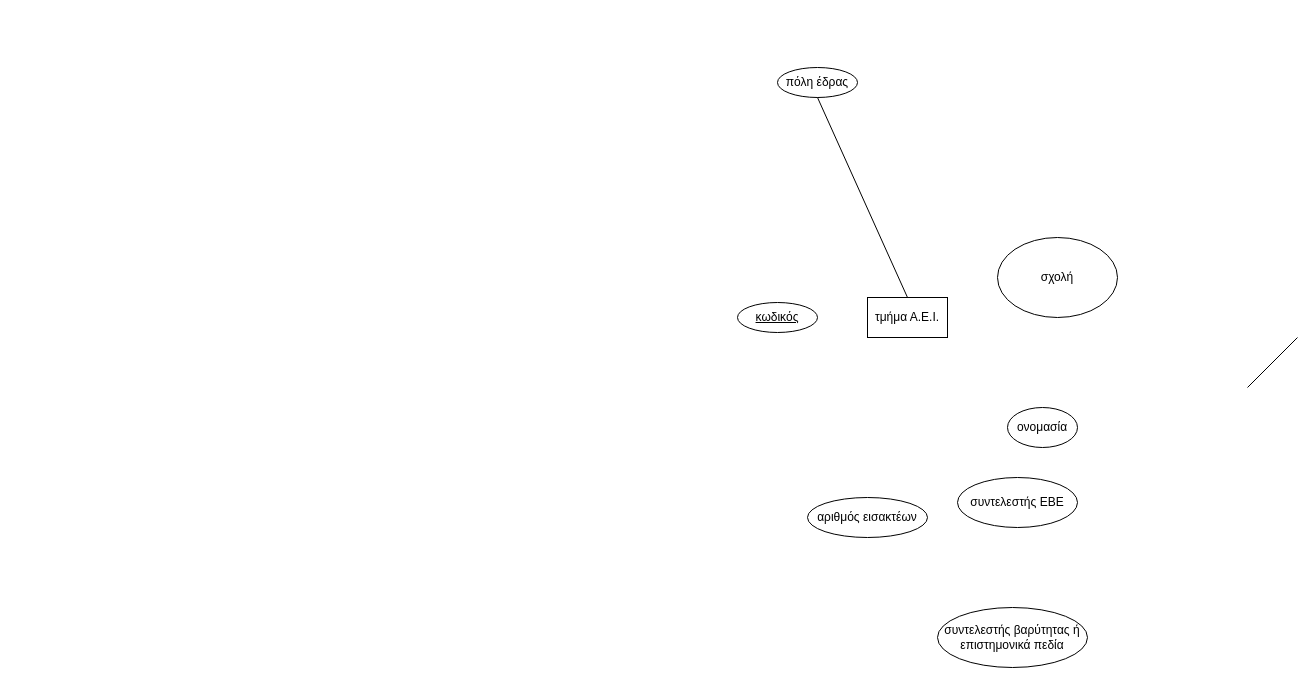
The draw.io diagram Untitled Diagram.drawio in transwaifu/liakman.github.io, before the edit. Source tidied: cells renumbered, new cells numbered last; positions are measured from the earlier drawing's top-left corner, leaving out a move shared by most shapes. Both pictures are drawn from the tidied source at 100%, with x=0, y=0 at pixel (737, 67).
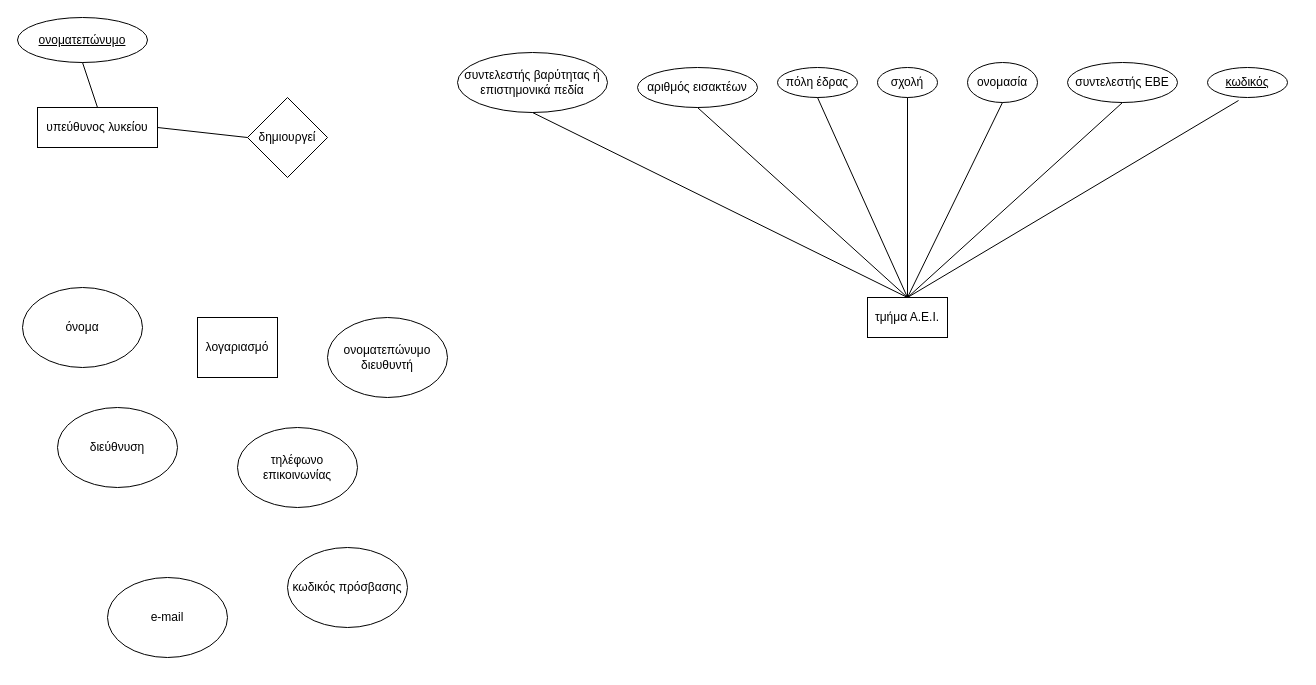
After the change.

Unchanged cells that the change refers to:
```xml
<mxCell id="2" value="τμήμα Α.Ε.Ι." style="rounded=0;whiteSpace=wrap;html=1;" parent="1" vertex="1">
  <mxGeometry x="130" y="230" width="80" height="40" as="geometry" />
</mxCell>
```

The edit, as a diff of the source:
```diff
@@
     <mxCell id="3" value="&lt;u&gt;κωδικός&lt;/u&gt;" style="ellipse;whiteSpace=wrap;html=1;" parent="1" vertex="1">
-      <mxGeometry y="235" width="80" height="30" as="geometry" />
+      <mxGeometry x="470" width="80" height="30" as="geometry" />
     </mxCell>
     <mxCell id="4" value="ονομασία" style="ellipse;whiteSpace=wrap;html=1;" parent="1" vertex="1">
-      <mxGeometry x="270" y="340" width="70" height="40" as="geometry" />
+      <mxGeometry x="230" y="-5" width="70" height="40" as="geometry" />
     </mxCell>
@@
     <mxCell id="6" value="συντελεστής ΕΒΕ" style="ellipse;whiteSpace=wrap;html=1;" parent="1" vertex="1">
-      <mxGeometry x="220" y="410" width="120" height="50" as="geometry" />
+      <mxGeometry x="330" y="-5" width="110" height="40" as="geometry" />
     </mxCell>
     <mxCell id="7" value="σχολή" style="ellipse;whiteSpace=wrap;html=1;" parent="1" vertex="1">
-      <mxGeometry x="260" y="170" width="120" height="80" as="geometry" />
+      <mxGeometry x="140" width="60" height="30" as="geometry" />
     </mxCell>
     <mxCell id="8" value="αριθμός εισακτέων" style="ellipse;whiteSpace=wrap;html=1;" parent="1" vertex="1">
-      <mxGeometry x="70" y="430" width="120" height="40" as="geometry" />
+      <mxGeometry x="-100" width="120" height="40" as="geometry" />
     </mxCell>
     <mxCell id="9" value="συντελεστής βαρύτητας ή επιστημονικά πεδία" style="ellipse;whiteSpace=wrap;html=1;" parent="1" vertex="1">
-      <mxGeometry x="200" y="540" width="150" height="60" as="geometry" />
+      <mxGeometry x="-280" y="-15" width="150" height="60" as="geometry" />
     </mxCell>
@@
-    <mxCell id="11" style="endArrow=none;html=1;rounded=0;" parent="1" edge="1">
-      <mxGeometry relative="1" as="geometry">
-        <mxPoint x="510" y="320" as="sourcePoint" />
-        <mxPoint x="560" y="270" as="targetPoint" />
-      </mxGeometry>
+    <mxCell id="11" style="endArrow=none;html=1;rounded=0;entryX=0.5;entryY=0;entryDx=0;entryDy=0;exitX=0.5;exitY=1;exitDx=0;exitDy=0;" parent="1" edge="1" source="7" target="2">
+      <mxGeometry relative="1" as="geometry" />
     </mxCell>
+    <mxCell id="12" style="endArrow=none;html=1;rounded=0;exitX=0.5;exitY=0;exitDx=0;exitDy=0;entryX=0.5;entryY=1;entryDx=0;entryDy=0;" parent="1" edge="1" source="2" target="4">
+      <mxGeometry relative="1" as="geometry" />
+    </mxCell>
+    <mxCell id="13" style="endArrow=none;html=1;rounded=0;entryX=0.5;entryY=1;entryDx=0;entryDy=0;exitX=0.5;exitY=0;exitDx=0;exitDy=0;" parent="1" edge="1" source="2" target="6">
+      <mxGeometry relative="1" as="geometry" />
+    </mxCell>
+    <mxCell id="14" style="endArrow=none;html=1;rounded=0;exitX=0.5;exitY=0;exitDx=0;exitDy=0;entryX=0.388;entryY=1.1;entryDx=0;entryDy=0;entryPerimeter=0;" parent="1" edge="1" source="2" target="3">
+      <mxGeometry relative="1" as="geometry" />
+    </mxCell>
+    <mxCell id="15" style="endArrow=none;html=1;rounded=0;entryX=0.5;entryY=1;entryDx=0;entryDy=0;exitX=0.5;exitY=0;exitDx=0;exitDy=0;" parent="1" edge="1" source="2" target="8">
+      <mxGeometry relative="1" as="geometry" />
+    </mxCell>
+    <mxCell id="16" style="endArrow=none;html=1;rounded=0;entryX=0.5;entryY=0;entryDx=0;entryDy=0;exitX=0.5;exitY=1;exitDx=0;exitDy=0;" parent="1" edge="1" source="9" target="2">
+      <mxGeometry relative="1" as="geometry" />
+    </mxCell>
+    <mxCell id="17" value="υπεύθυνος λυκείου" style="rounded=0;whiteSpace=wrap;html=1;" parent="1" vertex="1">
+      <mxGeometry x="-700" y="40" width="120" height="40" as="geometry" />
+    </mxCell>
+    <mxCell id="18" value="&lt;u&gt;ονοματεπώνυμο&lt;/u&gt;" style="ellipse;whiteSpace=wrap;html=1;" parent="1" vertex="1">
+      <mxGeometry x="-720" y="-50" width="130" height="45" as="geometry" />
+    </mxCell>
+    <mxCell id="19" style="endArrow=none;html=1;rounded=0;entryX=0.5;entryY=1;entryDx=0;entryDy=0;exitX=0.5;exitY=0;exitDx=0;exitDy=0;" parent="1" edge="1" source="17" target="18">
+      <mxGeometry relative="1" as="geometry" />
+    </mxCell>
+    <mxCell id="20" value="δημιουργεί" style="rhombus;whiteSpace=wrap;html=1;" parent="1" vertex="1">
+      <mxGeometry x="-490" y="30" width="80" height="80" as="geometry" />
+    </mxCell>
+    <mxCell id="21" style="endArrow=none;html=1;rounded=0;exitX=1;exitY=0.5;exitDx=0;exitDy=0;entryX=0;entryY=0.5;entryDx=0;entryDy=0;" parent="1" edge="1" source="17" target="20">
+      <mxGeometry relative="1" as="geometry" />
+    </mxCell>
+    <mxCell id="22" value="λογαριασμό" style="rounded=0;whiteSpace=wrap;html=1;" parent="1" vertex="1">
+      <mxGeometry x="-540" y="250" width="80" height="60" as="geometry" />
+    </mxCell>
+    <mxCell id="23" value="διεύθνυση" style="ellipse;whiteSpace=wrap;html=1;" parent="1" vertex="1">
+      <mxGeometry x="-680" y="340" width="120" height="80" as="geometry" />
+    </mxCell>
+    <mxCell id="24" value="τηλέφωνο επικοινωνίας" style="ellipse;whiteSpace=wrap;html=1;" parent="1" vertex="1">
+      <mxGeometry x="-500" y="360" width="120" height="80" as="geometry" />
+    </mxCell>
+    <mxCell id="25" value="όνομα" style="ellipse;whiteSpace=wrap;html=1;" parent="1" vertex="1">
+      <mxGeometry x="-715" y="220" width="120" height="80" as="geometry" />
+    </mxCell>
+    <mxCell id="26" value="e-mail" style="ellipse;whiteSpace=wrap;html=1;" parent="1" vertex="1">
+      <mxGeometry x="-630" y="510" width="120" height="80" as="geometry" />
+    </mxCell>
+    <mxCell id="27" value="κωδικός πρόσβασης" style="ellipse;whiteSpace=wrap;html=1;" parent="1" vertex="1">
+      <mxGeometry x="-450" y="480" width="120" height="80" as="geometry" />
+    </mxCell>
+    <mxCell id="28" value="ονοματεπώνυμο διευθυντή" style="ellipse;whiteSpace=wrap;html=1;" parent="1" vertex="1">
+      <mxGeometry x="-410" y="250" width="120" height="80" as="geometry" />
+    </mxCell>
```
